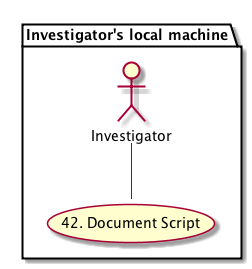
This is docs/use-cases/provenance/images/use-case-42.png from DataONEorg/sem-prov-design, a PlantUML export, as it was before one commit.
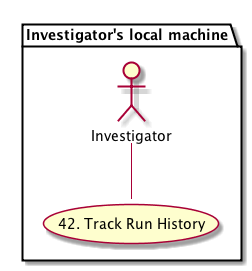
Above is the later version.

What changed in the source:
```diff
@@ -1,7 +1,7 @@
 @startuml images/use-case-42.png
     package "Investigator's local machine" {
     actor "Investigator" as client
-    usecase "42. Document Script" as document
-    client -- document
+    usecase "42. Track Run History" as record
+    client -- record
     }
 @enduml
```
